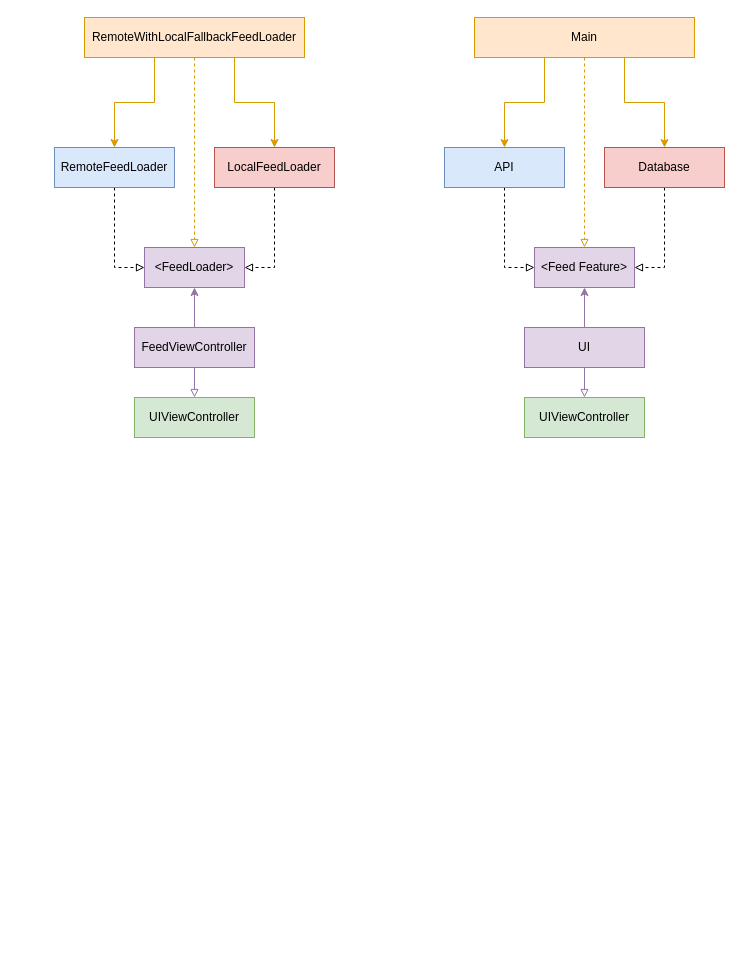
zmkhtr/diagrams keeps this draw.io diagram as Untitled Diagram.drawio. Above is the earlier version. Source tidied: cells renumbered, new cells numbered last; positions are measured from the earlier drawing's top-left corner, leaving out a move shared by most shapes. Both pictures are drawn from the tidied source at 100%, with x=0, y=0 at pixel (54, 17).
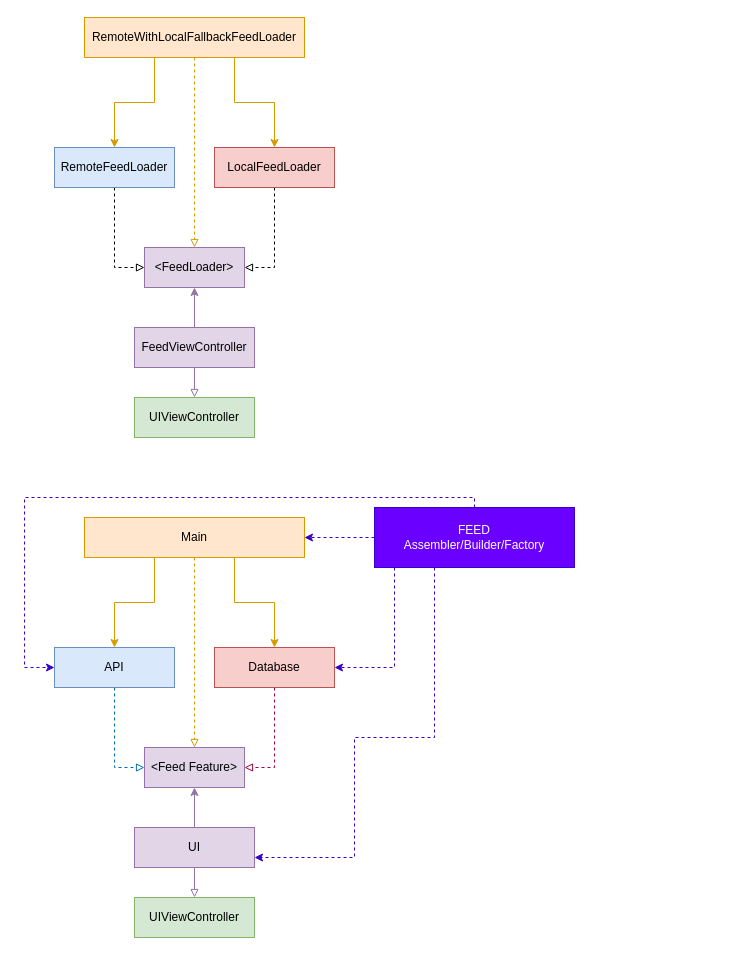
The same page after the edit.

What changed in the source:
```diff
@@
     <mxCell id="17" value="UI" style="rounded=0;whiteSpace=wrap;html=1;fillColor=#e1d5e7;strokeColor=#9673a6;" parent="1" vertex="1">
-      <mxGeometry x="470" y="310" width="120" height="40" as="geometry" />
+      <mxGeometry x="80" y="810" width="120" height="40" as="geometry" />
     </mxCell>
     <mxCell id="18" value="UIViewController" style="rounded=0;whiteSpace=wrap;html=1;fillColor=#d5e8d4;strokeColor=#82b366;" parent="1" vertex="1">
-      <mxGeometry x="470" y="380" width="120" height="40" as="geometry" />
+      <mxGeometry x="80" y="880" width="120" height="40" as="geometry" />
     </mxCell>
     <mxCell id="19" value="&amp;lt;Feed Feature&amp;gt;" style="rounded=0;whiteSpace=wrap;html=1;fillColor=#e1d5e7;strokeColor=#9673a6;" parent="1" vertex="1">
-      <mxGeometry x="480" y="230" width="100" height="40" as="geometry" />
+      <mxGeometry x="90" y="730" width="100" height="40" as="geometry" />
     </mxCell>
-    <mxCell id="20" style="edgeStyle=orthogonalEdgeStyle;rounded=0;jettySize=auto;html=1;entryX=0;entryY=0.5;entryDx=0;entryDy=0;fontColor=#1726FF;endArrow=block;endFill=0;dashed=1;" parent="1" edge="1" source="21" target="19">
+    <mxCell id="20" style="edgeStyle=orthogonalEdgeStyle;rounded=0;jettySize=auto;html=1;entryX=0;entryY=0.5;entryDx=0;entryDy=0;fontColor=#1726FF;endArrow=block;endFill=0;dashed=1;fillColor=#1ba1e2;strokeColor=#006EAF;" parent="1" edge="1" source="21" target="19">
       <mxGeometry relative="1" as="geometry" />
     </mxCell>
     <mxCell id="21" value="API" style="rounded=0;whiteSpace=wrap;html=1;fillColor=#dae8fc;strokeColor=#6c8ebf;" parent="1" vertex="1">
-      <mxGeometry x="390" y="130" width="120" height="40" as="geometry" />
+      <mxGeometry y="630" width="120" height="40" as="geometry" />
     </mxCell>
-    <mxCell id="22" style="edgeStyle=orthogonalEdgeStyle;rounded=0;jettySize=auto;html=1;entryX=1;entryY=0.5;entryDx=0;entryDy=0;fontColor=#1726FF;endArrow=block;endFill=0;dashed=1;" parent="1" edge="1" source="23" target="19">
+    <mxCell id="22" style="edgeStyle=orthogonalEdgeStyle;rounded=0;jettySize=auto;html=1;entryX=1;entryY=0.5;entryDx=0;entryDy=0;fontColor=#1726FF;endArrow=block;endFill=0;dashed=1;fillColor=#d80073;strokeColor=#A50040;" parent="1" edge="1" source="23" target="19">
       <mxGeometry relative="1" as="geometry" />
     </mxCell>
     <mxCell id="23" value="Database" style="rounded=0;whiteSpace=wrap;html=1;fillColor=#f8cecc;strokeColor=#b85450;" parent="1" vertex="1">
-      <mxGeometry x="550" y="130" width="120" height="40" as="geometry" />
+      <mxGeometry x="160" y="630" width="120" height="40" as="geometry" />
     </mxCell>
@@
     <mxCell id="25" style="edgeStyle=orthogonalEdgeStyle;rounded=0;jettySize=auto;html=1;fontColor=#1726FF;endArrow=classic;endFill=1;strokeColor=#d79b00;fillColor=#ffe6cc;" parent="1" edge="1" source="27" target="21">
       <mxGeometry relative="1" as="geometry">
         <Array as="points">
-          <mxPoint x="490" y="85" />
-          <mxPoint x="450" y="85" />
+          <mxPoint x="100" y="585" />
+          <mxPoint x="60" y="585" />
         </Array>
       </mxGeometry>
     </mxCell>
     <mxCell id="26" style="edgeStyle=orthogonalEdgeStyle;rounded=0;jettySize=auto;html=1;fontColor=#1726FF;endArrow=classic;endFill=1;strokeColor=#d79b00;fillColor=#ffe6cc;" parent="1" edge="1" source="27" target="23">
       <mxGeometry relative="1" as="geometry">
         <Array as="points">
-          <mxPoint x="570" y="85" />
-          <mxPoint x="610" y="85" />
+          <mxPoint x="180" y="585" />
+          <mxPoint x="220" y="585" />
         </Array>
       </mxGeometry>
     </mxCell>
     <mxCell id="27" value="Main" style="rounded=0;whiteSpace=wrap;html=1;fillColor=#ffe6cc;strokeColor=#d79b00;" parent="1" vertex="1">
-      <mxGeometry x="420" width="220" height="40" as="geometry" />
+      <mxGeometry x="30" y="500" width="220" height="40" as="geometry" />
     </mxCell>
+    <mxCell id="28" style="edgeStyle=orthogonalEdgeStyle;rounded=0;jettySize=auto;html=1;dashed=1;fillColor=#6a00ff;strokeColor=#3700CC;" parent="1" edge="1" source="32" target="21">
+      <mxGeometry relative="1" as="geometry">
+        <Array as="points">
+          <mxPoint x="420" y="480" />
+          <mxPoint x="-30" y="480" />
+          <mxPoint x="-30" y="650" />
+        </Array>
+      </mxGeometry>
+    </mxCell>
+    <mxCell id="29" style="edgeStyle=orthogonalEdgeStyle;rounded=0;jettySize=auto;html=1;dashed=1;fillColor=#6a00ff;strokeColor=#3700CC;" parent="1" edge="1" source="32">
+      <mxGeometry relative="1" as="geometry">
+        <mxPoint x="250" y="520" as="targetPoint" />
+        <Array as="points">
+          <mxPoint x="250" y="520" />
+        </Array>
+      </mxGeometry>
+    </mxCell>
+    <mxCell id="30" style="edgeStyle=orthogonalEdgeStyle;rounded=0;jettySize=auto;html=1;entryX=1;entryY=0.5;entryDx=0;entryDy=0;dashed=1;fillColor=#6a00ff;strokeColor=#3700CC;" parent="1" edge="1" source="32" target="23">
+      <mxGeometry relative="1" as="geometry">
+        <Array as="points">
+          <mxPoint x="340" y="650" />
+        </Array>
+      </mxGeometry>
+    </mxCell>
+    <mxCell id="31" style="edgeStyle=orthogonalEdgeStyle;rounded=0;jettySize=auto;html=1;entryX=1;entryY=0.75;entryDx=0;entryDy=0;dashed=1;fillColor=#6a00ff;strokeColor=#3700CC;" parent="1" edge="1" source="32" target="17">
+      <mxGeometry relative="1" as="geometry">
+        <Array as="points">
+          <mxPoint x="380" y="720" />
+          <mxPoint x="300" y="720" />
+          <mxPoint x="300" y="840" />
+        </Array>
+      </mxGeometry>
+    </mxCell>
+    <mxCell id="32" value="FEED&lt;br&gt;Assembler/Builder/Factory" style="rounded=0;whiteSpace=wrap;html=1;fillColor=#6a00ff;strokeColor=#3700CC;fontColor=#ffffff;" parent="1" vertex="1">
+      <mxGeometry x="320" y="490" width="200" height="60" as="geometry" />
+    </mxCell>
```
